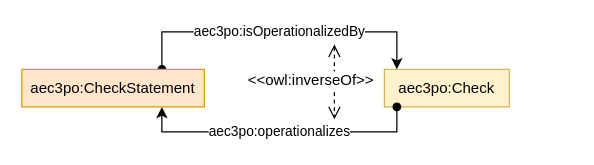
Above: page "check" (10 of 11) of resources/aec3po.drawio in Accord-Project/aec3po (draw.io), before the change. Source tidied: cells renumbered, new cells numbered last; positions are measured from the earlier drawing's top-left corner, leaving out a move shared by most shapes. Both pictures are drawn from the tidied source at 125%, with x=0, y=0 at pixel (21, 31).
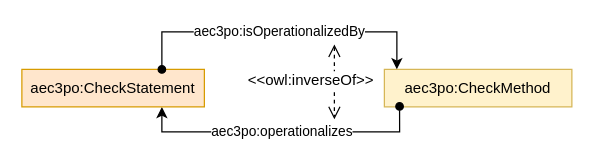
The same diagram, later.

Diff of the diagram source:
```diff
@@
 <mxGraphModel>
   <root>
     <mxCell id="0" />
     <mxCell id="1" parent="0" />
-    <mxCell id="2" value="aec3po:Check" style="rounded=0;whiteSpace=wrap;html=1;snapToPoint=1;points=[[0.1,0],[0.2,0],[0.3,0],[0.4,0],[0.5,0],[0.6,0],[0.7,0],[0.8,0],[0.9,0],[0,0.1],[0,0.3],[0,0.5],[0,0.7],[0,0.9],[0.1,1],[0.2,1],[0.3,1],[0.4,1],[0.5,1],[0.6,1],[0.7,1],[0.8,1],[0.9,1],[1,0.1],[1,0.3],[1,0.5],[1,0.7],[1,0.9]];fillColor=#fff2cc;strokeColor=#d6b656;" parent="1" vertex="1">
-      <mxGeometry x="290" y="30" width="100" height="30" as="geometry" />
+    <mxCell id="2" value="aec3po:CheckMethod" style="rounded=0;whiteSpace=wrap;html=1;snapToPoint=1;points=[[0.1,0],[0.2,0],[0.3,0],[0.4,0],[0.5,0],[0.6,0],[0.7,0],[0.8,0],[0.9,0],[0,0.1],[0,0.3],[0,0.5],[0,0.7],[0,0.9],[0.1,1],[0.2,1],[0.3,1],[0.4,1],[0.5,1],[0.6,1],[0.7,1],[0.8,1],[0.9,1],[1,0.1],[1,0.3],[1,0.5],[1,0.7],[1,0.9]];fillColor=#fff2cc;strokeColor=#d6b656;" parent="1" vertex="1">
+      <mxGeometry x="290" y="30" width="150" height="30" as="geometry" />
     </mxCell>
-    <mxCell id="3" value="aec3po:isOperationalizedBy" style="edgeStyle=orthogonalEdgeStyle;rounded=0;jettySize=auto;html=1;exitX=0.8;exitY=0;exitDx=0;exitDy=0;entryX=0.1;entryY=0;entryDx=0;entryDy=0;startArrow=oval;startFill=1;endArrow=classic;endFill=1;" parent="1" edge="1" target="2">
-      <mxGeometry relative="1" as="geometry">
-        <mxPoint x="112" y="30" as="sourcePoint" />
-        <Array as="points">
-          <mxPoint x="112" />
-          <mxPoint x="300" />
-        </Array>
-      </mxGeometry>
-    </mxCell>
-    <mxCell id="4" value="aec3po:operationalizes" style="edgeStyle=orthogonalEdgeStyle;rounded=0;jettySize=auto;html=1;startArrow=oval;startFill=1;endArrow=classic;endFill=1;exitX=0.1;exitY=1;exitDx=0;exitDy=0;entryX=0.8;entryY=1;entryDx=0;entryDy=0;" parent="1" edge="1" source="2">
+    <mxCell id="4" value="aec3po:operationalizes" style="edgeStyle=orthogonalEdgeStyle;rounded=0;jettySize=auto;html=1;startArrow=oval;startFill=1;endArrow=classic;endFill=1;exitX=0.081;exitY=0.987;exitDx=0;exitDy=0;entryX=0.8;entryY=1;entryDx=0;entryDy=0;exitPerimeter=0;" parent="1" edge="1" source="2">
       <mxGeometry relative="1" as="geometry">
         <mxPoint x="112" y="60" as="targetPoint" />
         <Array as="points">
-          <mxPoint x="300" y="80" />
+          <mxPoint x="302" y="80" />
           <mxPoint x="112" y="80" />
         </Array>
       </mxGeometry>
     </mxCell>
     <mxCell id="5" style="endArrow=open;html=1;fontColor=#000099;endFill=0;dashed=1;endSize=8;startArrow=open;startFill=0;startSize=8;arcSize=0;rounded=0;" parent="1" edge="1">
       <mxGeometry relative="1" as="geometry">
         <mxPoint x="250" y="10" as="sourcePoint" />
         <mxPoint x="250" y="70" as="targetPoint" />
       </mxGeometry>
     </mxCell>
     <mxCell id="6" value="&amp;lt;&amp;lt;owl:inverseOf&amp;gt;&amp;gt;" style="text;html=1;align=center;verticalAlign=middle;fontColor=#000000;labelBackgroundColor=#ffffff;" parent="5" vertex="1">
       <mxGeometry x="-0.33" relative="1" as="geometry">
         <mxPoint x="-20" y="8" as="offset" />
       </mxGeometry>
     </mxCell>
     <mxCell id="7" value="aec3po:CheckStatement" style="rounded=0;whiteSpace=wrap;html=1;fillColor=#ffe6cc;strokeColor=#d79b00;" parent="1" vertex="1">
       <mxGeometry y="30" width="146" height="30" as="geometry" />
     </mxCell>
+    <mxCell id="3" value="aec3po:isOperationalizedBy" style="edgeStyle=orthogonalEdgeStyle;rounded=0;orthogonalLoop=1;jettySize=auto;html=1;exitX=0.8;exitY=0;exitDx=0;exitDy=0;startArrow=oval;startFill=1;endArrow=classic;endFill=1;" parent="1" edge="1">
+      <mxGeometry relative="1" as="geometry">
+        <mxPoint x="112" y="30" as="sourcePoint" />
+        <mxPoint x="300" y="30" as="targetPoint" />
+        <Array as="points">
+          <mxPoint x="112" />
+          <mxPoint x="300" />
+        </Array>
+      </mxGeometry>
+    </mxCell>
   </root>
 </mxGraphModel>
```
